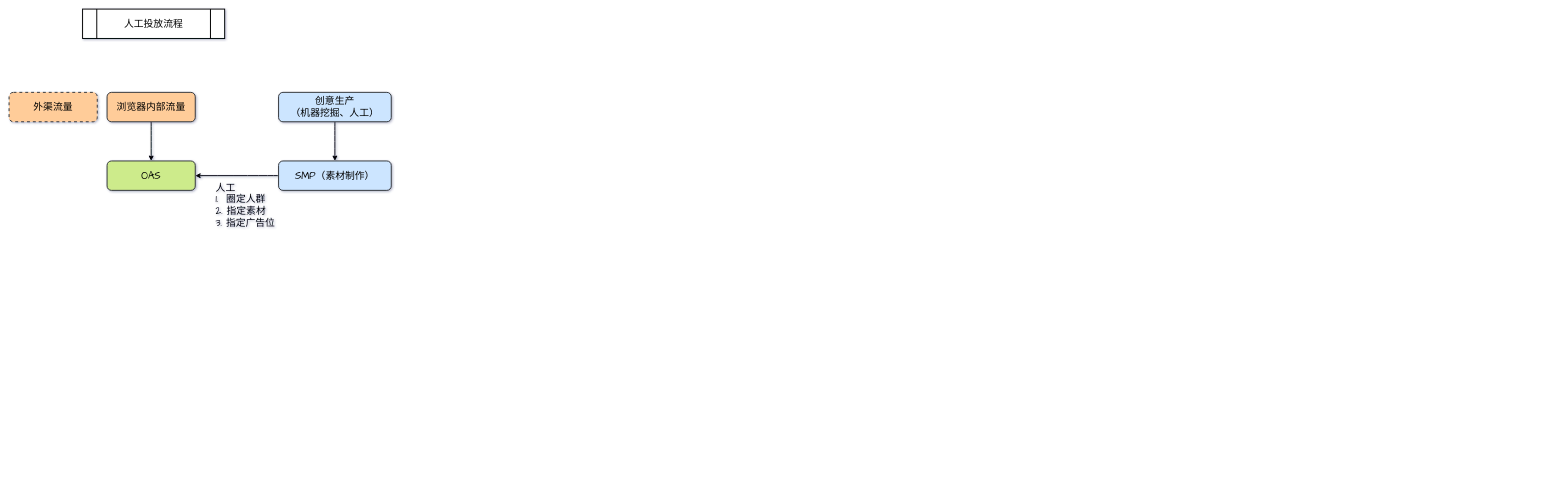
The draw.io diagram zengzhangtoufang.drawio in hashyong/drawio, before the edit. Source tidied: cells renumbered, new cells numbered last; positions are measured from the earlier drawing's top-left corner, leaving out a move shared by most shapes. Both pictures are drawn from the tidied source at 49%, with x=0, y=0 at pixel (9, 9).
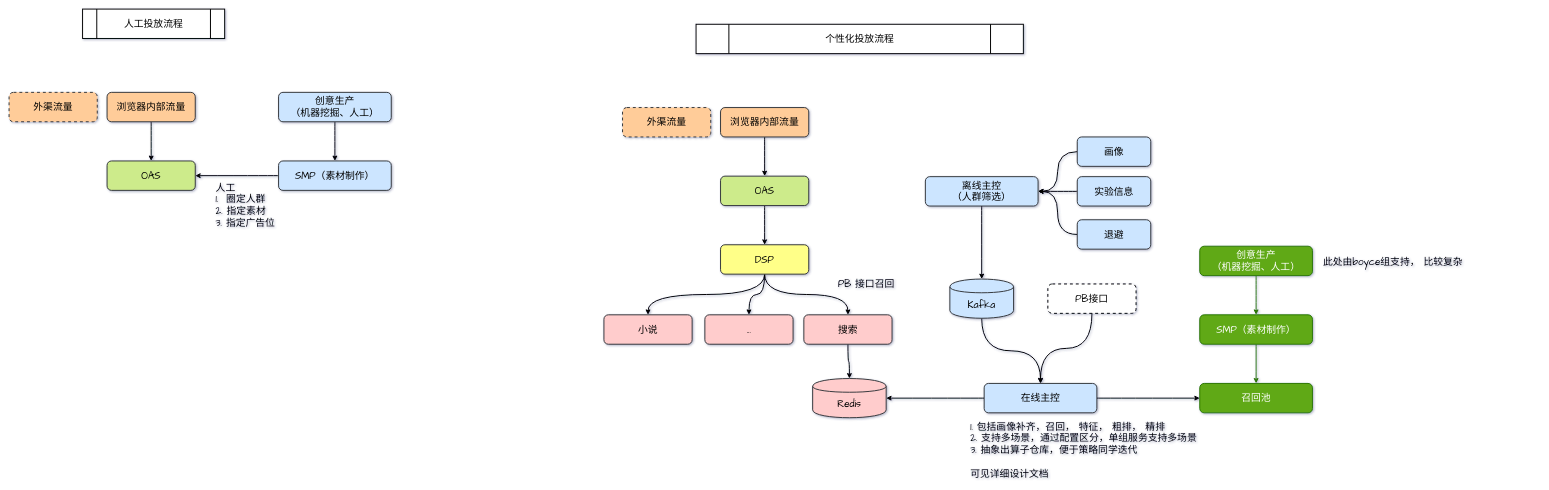
After the change.

What changed in the source:
```diff
@@
+    <mxCell id="12" style="edgeStyle=orthogonalEdgeStyle;rounded=0;jettySize=auto;html=1;fontFamily=Comic Sans MS;fontSize=20;curved=1;strokeWidth=2;" parent="1" edge="1" source="13" target="16">
+      <mxGeometry relative="1" as="geometry" />
+    </mxCell>
+    <mxCell id="13" value="浏览器内部流量" style="rounded=1;whiteSpace=wrap;html=1;fontFamily=Comic Sans MS;fontSize=20;strokeWidth=2;fillColor=#ffcc99;strokeColor=#36393d;" parent="1" vertex="1">
+      <mxGeometry x="1452" y="201" width="180" height="60" as="geometry" />
+    </mxCell>
+    <mxCell id="14" value="外渠流量" style="rounded=1;whiteSpace=wrap;html=1;fontFamily=Comic Sans MS;fontSize=20;strokeWidth=2;fillColor=#ffcc99;strokeColor=#36393d;dashed=1;" parent="1" vertex="1">
+      <mxGeometry x="1252" y="201" width="180" height="60" as="geometry" />
+    </mxCell>
+    <mxCell id="15" style="edgeStyle=orthogonalEdgeStyle;curved=1;rounded=0;jettySize=auto;html=1;fontFamily=Comic Sans MS;fontSize=20;strokeWidth=2;" parent="1" edge="1" source="16" target="25">
+      <mxGeometry relative="1" as="geometry" />
+    </mxCell>
+    <mxCell id="16" value="OAS" style="rounded=1;whiteSpace=wrap;html=1;fontFamily=Comic Sans MS;fontSize=20;strokeWidth=2;fillColor=#cdeb8b;strokeColor=#36393d;" parent="1" vertex="1">
+      <mxGeometry x="1452" y="341" width="180" height="60" as="geometry" />
+    </mxCell>
+    <mxCell id="17" style="edgeStyle=orthogonalEdgeStyle;rounded=0;jettySize=auto;html=1;fontFamily=Comic Sans MS;fontSize=20;curved=1;strokeWidth=2;fillColor=#60a917;strokeColor=#2D7600;" parent="1" edge="1" source="18" target="20">
+      <mxGeometry relative="1" as="geometry" />
+    </mxCell>
+    <mxCell id="18" value="创意生产&lt;br&gt;（机器挖掘、人工）" style="rounded=1;whiteSpace=wrap;html=1;fontFamily=Comic Sans MS;fontSize=20;strokeWidth=2;fillColor=#60a917;strokeColor=#2D7600;fontColor=#ffffff;" parent="1" vertex="1">
+      <mxGeometry x="2430" y="484" width="230" height="60" as="geometry" />
+    </mxCell>
+    <mxCell id="19" style="edgeStyle=orthogonalEdgeStyle;curved=1;rounded=0;jettySize=auto;html=1;fontFamily=Comic Sans MS;fontSize=20;strokeWidth=2;fillColor=#60a917;strokeColor=#2D7600;" parent="1" edge="1" source="20" target="37">
+      <mxGeometry relative="1" as="geometry" />
+    </mxCell>
+    <mxCell id="20" value="SMP（素材制作）" style="rounded=1;whiteSpace=wrap;html=1;fontFamily=Comic Sans MS;fontSize=20;strokeWidth=2;fillColor=#60a917;strokeColor=#2D7600;fontColor=#ffffff;" parent="1" vertex="1">
+      <mxGeometry x="2430" y="624" width="230" height="60" as="geometry" />
+    </mxCell>
+    <mxCell id="21" value="个性化投放流程" style="shape=process;whiteSpace=wrap;html=1;backgroundOutline=1;fontFamily=Comic Sans MS;fontSize=20;strokeWidth=2;" parent="1" vertex="1">
+      <mxGeometry x="1402" y="31" width="668" height="60" as="geometry" />
+    </mxCell>
+    <mxCell id="22" style="edgeStyle=orthogonalEdgeStyle;curved=1;rounded=0;jettySize=auto;html=1;exitX=0.5;exitY=1;exitDx=0;exitDy=0;fontFamily=Comic Sans MS;fontSize=20;strokeWidth=2;" parent="1" edge="1" source="25" target="27">
+      <mxGeometry relative="1" as="geometry" />
+    </mxCell>
+    <mxCell id="23" style="edgeStyle=orthogonalEdgeStyle;curved=1;rounded=0;jettySize=auto;html=1;exitX=0.5;exitY=1;exitDx=0;exitDy=0;fontFamily=Comic Sans MS;fontSize=20;strokeWidth=2;" parent="1" edge="1" source="25" target="29">
+      <mxGeometry relative="1" as="geometry" />
+    </mxCell>
+    <mxCell id="24" style="edgeStyle=orthogonalEdgeStyle;curved=1;rounded=0;jettySize=auto;html=1;exitX=0.5;exitY=1;exitDx=0;exitDy=0;entryX=0.5;entryY=0;entryDx=0;entryDy=0;fontFamily=Comic Sans MS;fontSize=20;strokeWidth=2;" parent="1" edge="1" source="25" target="26">
+      <mxGeometry relative="1" as="geometry" />
+    </mxCell>
+    <mxCell id="25" value="DSP" style="rounded=1;whiteSpace=wrap;html=1;fontFamily=Comic Sans MS;fontSize=20;strokeWidth=2;fillColor=#ffff88;strokeColor=#36393d;" parent="1" vertex="1">
+      <mxGeometry x="1452" y="481" width="180" height="60" as="geometry" />
+    </mxCell>
+    <mxCell id="26" value="小说" style="rounded=1;whiteSpace=wrap;html=1;fontFamily=Comic Sans MS;fontSize=20;strokeWidth=2;fillColor=#ffcccc;strokeColor=#36393d;" parent="1" vertex="1">
+      <mxGeometry x="1214" y="624" width="180" height="60" as="geometry" />
+    </mxCell>
+    <mxCell id="27" value="..." style="rounded=1;whiteSpace=wrap;html=1;fontFamily=Comic Sans MS;fontSize=20;strokeWidth=2;fillColor=#ffcccc;strokeColor=#36393d;" parent="1" vertex="1">
+      <mxGeometry x="1420" y="624" width="180" height="60" as="geometry" />
+    </mxCell>
+    <mxCell id="28" style="edgeStyle=orthogonalEdgeStyle;curved=1;rounded=0;jettySize=auto;html=1;fontFamily=Comic Sans MS;fontSize=20;strokeWidth=2;" parent="1" edge="1" source="29" target="31">
+      <mxGeometry relative="1" as="geometry" />
+    </mxCell>
+    <mxCell id="29" value="搜索" style="rounded=1;whiteSpace=wrap;html=1;fontFamily=Comic Sans MS;fontSize=20;strokeWidth=2;fillColor=#ffcccc;strokeColor=#36393d;" parent="1" vertex="1">
+      <mxGeometry x="1622" y="624" width="180" height="60" as="geometry" />
+    </mxCell>
+    <mxCell id="30" value="PB 接口召回" style="text;html=1;strokeColor=none;fillColor=none;align=left;verticalAlign=middle;whiteSpace=wrap;rounded=0;dashed=1;fontFamily=Comic Sans MS;fontSize=20;" parent="1" vertex="1">
+      <mxGeometry x="1690" y="550" width="180" height="20" as="geometry" />
+    </mxCell>
+    <mxCell id="31" value="Redis" style="shape=cylinder;whiteSpace=wrap;html=1;boundedLbl=1;backgroundOutline=1;rounded=1;fontFamily=Comic Sans MS;fontSize=20;strokeColor=#36393d;strokeWidth=2;fillColor=#ffcccc;" parent="1" vertex="1">
+      <mxGeometry x="1640" y="754" width="150" height="80" as="geometry" />
+    </mxCell>
+    <mxCell id="32" style="edgeStyle=orthogonalEdgeStyle;curved=1;rounded=0;jettySize=auto;html=1;fontFamily=Comic Sans MS;fontSize=20;strokeWidth=2;" parent="1" edge="1" source="33" target="39">
+      <mxGeometry relative="1" as="geometry" />
+    </mxCell>
+    <mxCell id="33" value="离线主控&lt;br&gt;（人群筛选）" style="rounded=1;whiteSpace=wrap;html=1;fontFamily=Comic Sans MS;fontSize=20;strokeWidth=2;fillColor=#cce5ff;strokeColor=#36393d;" parent="1" vertex="1">
+      <mxGeometry x="1870" y="342" width="230" height="60" as="geometry" />
+    </mxCell>
+    <mxCell id="34" style="edgeStyle=orthogonalEdgeStyle;curved=1;rounded=0;jettySize=auto;html=1;exitX=0;exitY=0.5;exitDx=0;exitDy=0;fontFamily=Comic Sans MS;fontSize=20;strokeWidth=2;" parent="1" edge="1" source="36" target="31">
+      <mxGeometry relative="1" as="geometry" />
+    </mxCell>
+    <mxCell id="35" style="edgeStyle=orthogonalEdgeStyle;curved=1;rounded=0;jettySize=auto;html=1;exitX=1;exitY=0.5;exitDx=0;exitDy=0;entryX=0;entryY=0.5;entryDx=0;entryDy=0;fontFamily=Comic Sans MS;fontSize=20;strokeWidth=2;" parent="1" edge="1" source="36" target="37">
+      <mxGeometry relative="1" as="geometry" />
+    </mxCell>
+    <mxCell id="36" value="在线主控" style="rounded=1;whiteSpace=wrap;html=1;fontFamily=Comic Sans MS;fontSize=20;strokeWidth=2;fillColor=#cce5ff;strokeColor=#36393d;" parent="1" vertex="1">
+      <mxGeometry x="1990" y="764" width="230" height="60" as="geometry" />
+    </mxCell>
+    <mxCell id="37" value="召回池" style="rounded=1;whiteSpace=wrap;html=1;fontFamily=Comic Sans MS;fontSize=20;strokeWidth=2;fillColor=#60a917;strokeColor=#2D7600;fontColor=#ffffff;" parent="1" vertex="1">
+      <mxGeometry x="2430" y="764" width="230" height="60" as="geometry" />
+    </mxCell>
+    <mxCell id="38" style="edgeStyle=orthogonalEdgeStyle;curved=1;rounded=0;jettySize=auto;html=1;exitX=0.5;exitY=1;exitDx=0;exitDy=0;entryX=0.5;entryY=0;entryDx=0;entryDy=0;fontFamily=Comic Sans MS;fontSize=20;strokeWidth=2;" parent="1" edge="1" source="39" target="36">
+      <mxGeometry relative="1" as="geometry" />
+    </mxCell>
+    <mxCell id="39" value="Kafka" style="shape=cylinder;whiteSpace=wrap;html=1;boundedLbl=1;backgroundOutline=1;rounded=1;fontFamily=Comic Sans MS;fontSize=20;strokeColor=#36393d;strokeWidth=2;fillColor=#cce5ff;" parent="1" vertex="1">
+      <mxGeometry x="1920" y="551" width="130" height="80" as="geometry" />
+    </mxCell>
+    <mxCell id="40" style="edgeStyle=orthogonalEdgeStyle;curved=1;rounded=0;jettySize=auto;html=1;exitX=0.5;exitY=1;exitDx=0;exitDy=0;entryX=0.5;entryY=0;entryDx=0;entryDy=0;fontFamily=Comic Sans MS;fontSize=20;strokeWidth=2;" parent="1" edge="1" source="41" target="36">
+      <mxGeometry relative="1" as="geometry" />
+    </mxCell>
+    <mxCell id="41" value="PB接口" style="rounded=1;whiteSpace=wrap;html=1;fontFamily=Comic Sans MS;fontSize=20;strokeWidth=2;dashed=1;" parent="1" vertex="1">
+      <mxGeometry x="2120" y="561" width="180" height="60" as="geometry" />
+    </mxCell>
+    <mxCell id="42" value="1. 包括画像补齐，召回， 特征， 粗排， 精排&lt;br&gt;2. 支持多场景，通过配置区分，单组服务支持多场景&lt;br&gt;3. 抽象出算子仓库，便于策略同学迭代&lt;br&gt;&lt;br&gt;可见详细设计文档" style="text;html=1;strokeColor=none;fillColor=none;align=left;verticalAlign=middle;whiteSpace=wrap;rounded=0;dashed=1;fontFamily=Comic Sans MS;fontSize=20;" parent="1" vertex="1">
+      <mxGeometry x="1960" y="890" width="483" height="20" as="geometry" />
+    </mxCell>
+    <mxCell id="43" value="此处由boyce组支持， 比较复杂" style="text;html=1;strokeColor=none;fillColor=none;align=left;verticalAlign=middle;whiteSpace=wrap;rounded=0;dashed=1;fontFamily=Comic Sans MS;fontSize=20;" parent="1" vertex="1">
+      <mxGeometry x="2680" y="505" width="440" height="20" as="geometry" />
+    </mxCell>
+    <mxCell id="44" style="edgeStyle=orthogonalEdgeStyle;curved=1;rounded=0;jettySize=auto;html=1;exitX=0;exitY=0.5;exitDx=0;exitDy=0;entryX=1;entryY=0.5;entryDx=0;entryDy=0;fontFamily=Comic Sans MS;fontSize=20;strokeWidth=2;" parent="1" edge="1" source="45" target="33">
+      <mxGeometry relative="1" as="geometry" />
+    </mxCell>
+    <mxCell id="45" value="画像" style="rounded=1;whiteSpace=wrap;html=1;fontFamily=Comic Sans MS;fontSize=20;strokeWidth=2;fillColor=#cce5ff;strokeColor=#36393d;" parent="1" vertex="1">
+      <mxGeometry x="2180" y="261" width="150" height="60" as="geometry" />
+    </mxCell>
+    <mxCell id="46" style="edgeStyle=orthogonalEdgeStyle;curved=1;rounded=0;jettySize=auto;html=1;exitX=0;exitY=0.5;exitDx=0;exitDy=0;entryX=1;entryY=0.5;entryDx=0;entryDy=0;fontFamily=Comic Sans MS;fontSize=20;strokeWidth=2;" parent="1" edge="1" source="47" target="33">
+      <mxGeometry relative="1" as="geometry" />
+    </mxCell>
+    <mxCell id="47" value="实验信息" style="rounded=1;whiteSpace=wrap;html=1;fontFamily=Comic Sans MS;fontSize=20;strokeWidth=2;fillColor=#cce5ff;strokeColor=#36393d;" parent="1" vertex="1">
+      <mxGeometry x="2180" y="342" width="150" height="60" as="geometry" />
+    </mxCell>
+    <mxCell id="48" style="edgeStyle=orthogonalEdgeStyle;curved=1;rounded=0;jettySize=auto;html=1;exitX=0;exitY=0.5;exitDx=0;exitDy=0;entryX=1;entryY=0.5;entryDx=0;entryDy=0;fontFamily=Comic Sans MS;fontSize=20;strokeWidth=2;" parent="1" edge="1" source="49" target="33">
+      <mxGeometry relative="1" as="geometry" />
+    </mxCell>
+    <mxCell id="49" value="退避" style="rounded=1;whiteSpace=wrap;html=1;fontFamily=Comic Sans MS;fontSize=20;strokeWidth=2;fillColor=#cce5ff;strokeColor=#36393d;" parent="1" vertex="1">
+      <mxGeometry x="2180" y="430" width="150" height="60" as="geometry" />
+    </mxCell>
```
